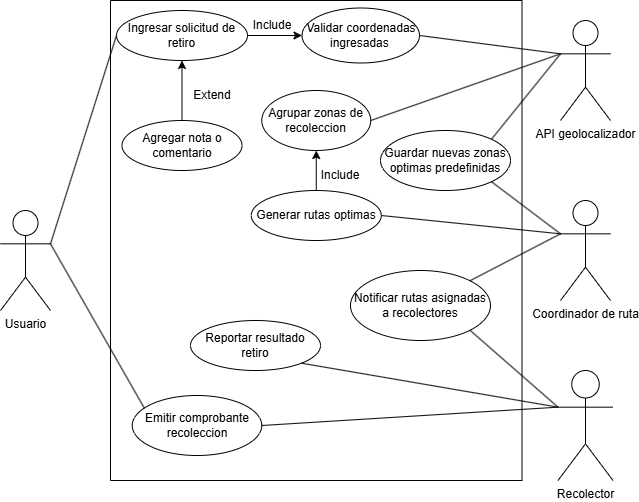
The draw.io diagram Entrega1/Practica2(DiagramaUC)/DiagramaUCdou.drawio.png in MattelXD/Proyecto-Ingenieria-software-I, before a commit. Source tidied: cells renumbered, new cells last; positions are measured from the earlier drawing's top-left corner, leaving out a move shared by most shapes.
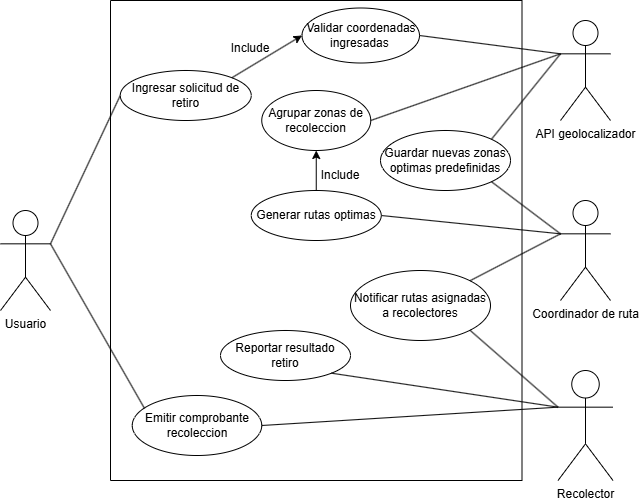
The same file after the commit.

Commit message:
Diagrama UC actualizado ahora si

Change to the diagram source:
```diff
@@ -6,19 +6,10 @@
       <mxGeometry x="110" width="411.5" height="480" as="geometry" />
     </mxCell>
     <mxCell id="3" value="Ingresar solicitud de retiro" style="ellipse;whiteSpace=wrap;html=1;" parent="2" vertex="1">
-      <mxGeometry x="6" y="10" width="131" height="50" as="geometry" />
+      <mxGeometry x="9.8" y="70" width="131" height="50" as="geometry" />
     </mxCell>
-    <mxCell id="4" style="edgeStyle=orthogonalEdgeStyle;rounded=0;jettySize=auto;html=1;exitX=0.5;exitY=0;exitDx=0;exitDy=0;entryX=0.5;entryY=1;entryDx=0;entryDy=0;endArrow=classic;endFill=1;" parent="2" edge="1" source="5" target="3">
-      <mxGeometry relative="1" as="geometry" />
-    </mxCell>
-    <mxCell id="5" value="Agregar nota o comentario" style="ellipse;whiteSpace=wrap;html=1;" parent="2" vertex="1">
-      <mxGeometry x="11.5" y="120" width="120" height="50" as="geometry" />
-    </mxCell>
-    <mxCell id="6" value="Extend" style="text;html=1;whiteSpace=wrap;strokeColor=none;fillColor=none;align=center;verticalAlign=middle;rounded=0;" parent="2" vertex="1">
-      <mxGeometry x="71.5" y="80" width="60" height="30" as="geometry" />
-    </mxCell>
     <mxCell id="7" value="Include" style="text;html=1;whiteSpace=wrap;strokeColor=none;fillColor=none;align=center;verticalAlign=middle;rounded=0;" parent="2" vertex="1">
-      <mxGeometry x="131.5" y="10" width="60" height="30" as="geometry" />
+      <mxGeometry x="110" y="32.5" width="60" height="30" as="geometry" />
     </mxCell>
     <mxCell id="8" value="Agrupar zonas de recoleccion" style="ellipse;whiteSpace=wrap;html=1;" parent="2" vertex="1">
       <mxGeometry x="151.2" y="90" width="109" height="60" as="geometry" />
@@ -33,12 +24,12 @@
       <mxGeometry x="200.2" y="160" width="60" height="30" as="geometry" />
     </mxCell>
     <mxCell id="12" value="Reportar resultado retiro" style="ellipse;whiteSpace=wrap;html=1;" parent="2" vertex="1">
-      <mxGeometry x="80" y="320" width="130" height="50" as="geometry" />
+      <mxGeometry x="110" y="330" width="130" height="50" as="geometry" />
     </mxCell>
     <mxCell id="13" value="Emitir comprobante recoleccion" style="ellipse;whiteSpace=wrap;html=1;" parent="2" vertex="1">
       <mxGeometry x="21.8" y="395" width="129.5" height="60" as="geometry" />
     </mxCell>
-    <mxCell id="14" style="endArrow=classic;html=1;rounded=0;exitX=1;exitY=0.5;exitDx=0;exitDy=0;entryX=0;entryY=0.5;entryDx=0;entryDy=0;endFill=1;" parent="2" edge="1" source="3" target="15">
+    <mxCell id="14" style="endArrow=classic;html=1;rounded=0;exitX=1;exitY=0;exitDx=0;exitDy=0;entryX=0;entryY=0.5;entryDx=0;entryDy=0;endFill=1;" parent="2" edge="1" source="3" target="15">
       <mxGeometry relative="1" as="geometry" />
     </mxCell>
     <mxCell id="15" value="Validar coordenadas ingresadas&amp;nbsp;" style="ellipse;whiteSpace=wrap;html=1;" parent="2" vertex="1">
```
